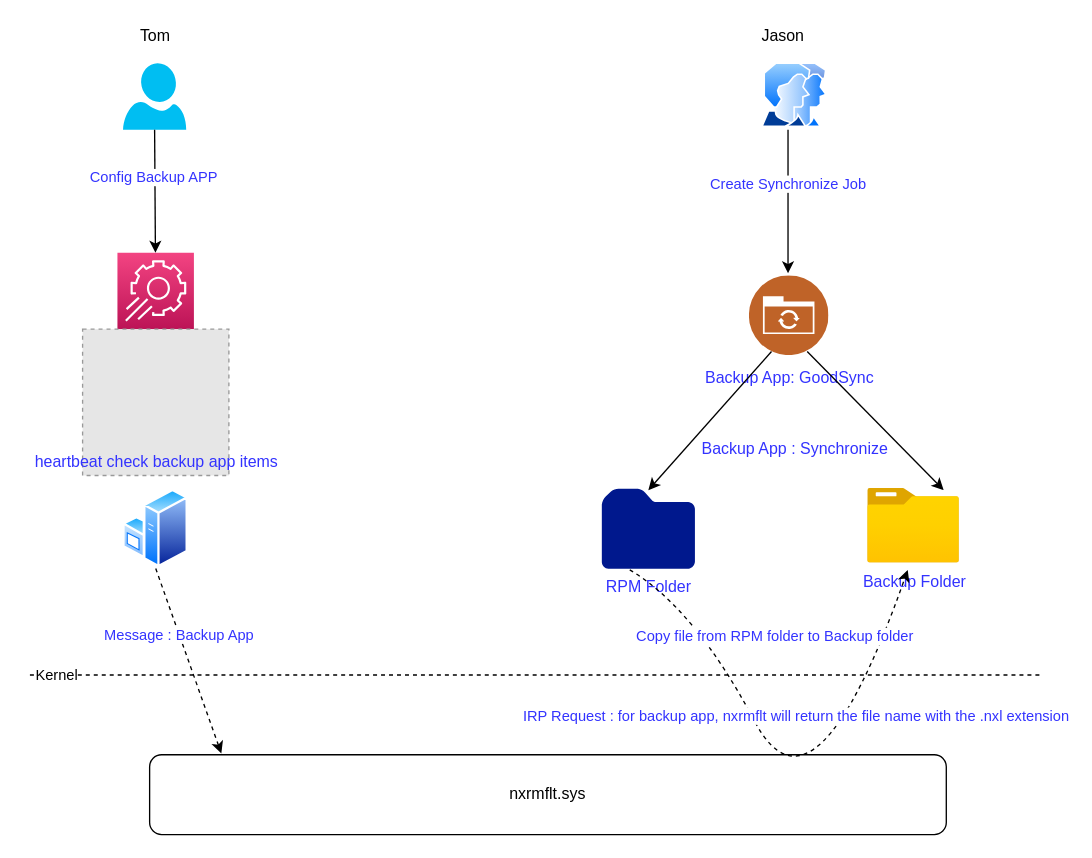
Earlier version of the draw.io diagram BACKUP_1.drawio (linfenwen/draw_io). Source tidied: cells renumbered, new cells numbered last; positions are measured from the earlier drawing's top-left corner, leaving out a move shared by most shapes. Both pictures are drawn from the tidied source at 133%, with x=0, y=0 at pixel (23, 23). Pictures stored in the file or linked from it are replaced by grey dashed boxes.
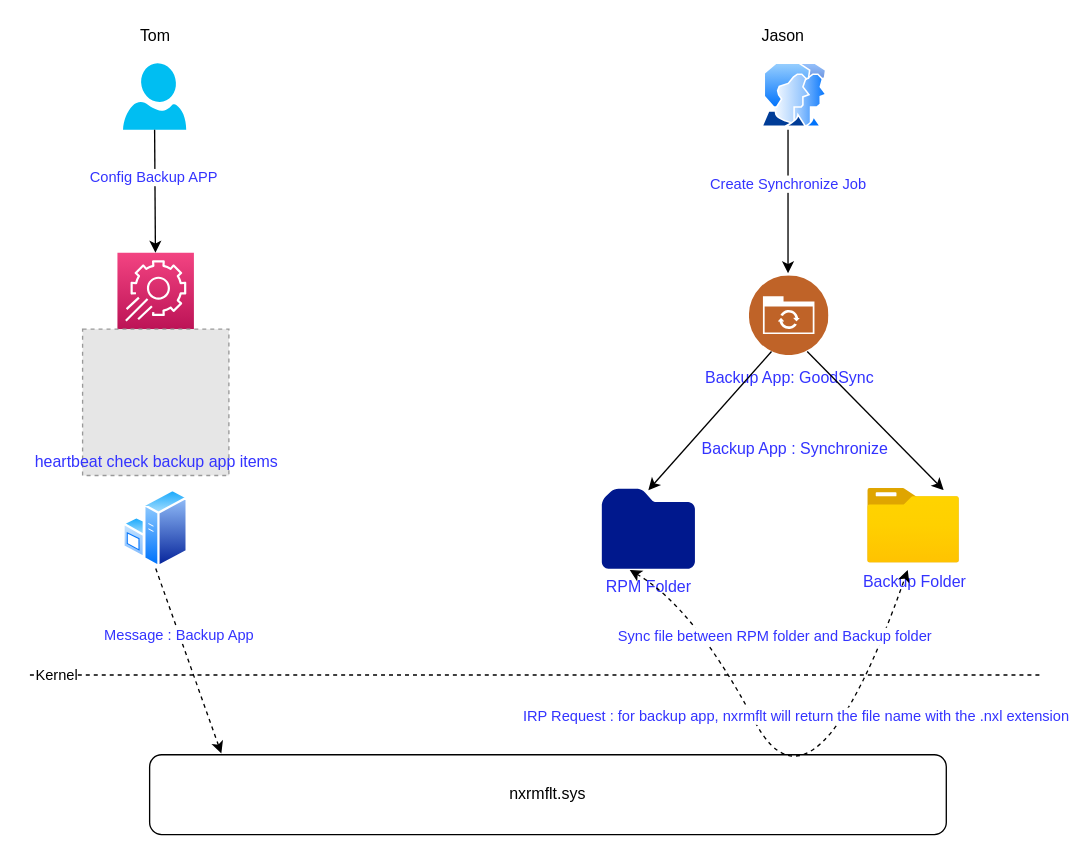
After the change.

The change refers to these unchanged cells:
```xml
<mxCell id="6" value="&lt;font color=&quot;#3333ff&quot;&gt;RPM Folder&lt;/font&gt;" style="shadow=0;dashed=0;html=1;strokeColor=none;labelPosition=center;verticalLabelPosition=bottom;verticalAlign=top;align=center;fillColor=#00188D;shape=mxgraph.mscae.enterprise.folder;" parent="1" vertex="1">
  <mxGeometry x="435" y="350" width="70" height="60.2" as="geometry" />
</mxCell>
```

The edit, as a diff of the source:
```diff
@@
-    <mxCell id="17" style="curved=1;endArrow=classic;html=1;exitX=0.3;exitY=1.013;exitDx=0;exitDy=0;exitPerimeter=0;dashed=1;" parent="1" edge="1" source="6">
+    <mxCell id="17" style="curved=1;endArrow=classic;html=1;exitX=0.3;exitY=1.013;exitDx=0;exitDy=0;exitPerimeter=0;dashed=1;startArrow=classic;startFill=1;" parent="1" edge="1" source="6">
       <mxGeometry relative="1" as="geometry">
         <mxPoint x="665" y="411" as="targetPoint" />
         <Array as="points">
           <mxPoint x="505" y="440" />
           <mxPoint x="595" y="610" />
         </Array>
       </mxGeometry>
     </mxCell>
@@
-    <mxCell id="19" value="&lt;font color=&quot;#3333ff&quot;&gt;Copy file from RPM folder to Backup folder&lt;/font&gt;" style="edgeLabel;html=1;align=center;verticalAlign=middle;" parent="17" vertex="1">
+    <mxCell id="19" value="&lt;font color=&quot;#3333ff&quot;&gt;Sync file between RPM folder and Backup folder&lt;/font&gt;" style="edgeLabel;html=1;align=center;verticalAlign=middle;" parent="17" vertex="1">
       <mxGeometry x="-0.7" y="-7" relative="1" as="geometry">
         <mxPoint x="60.5" y="6.1" as="offset" />
       </mxGeometry>
     </mxCell>
```
